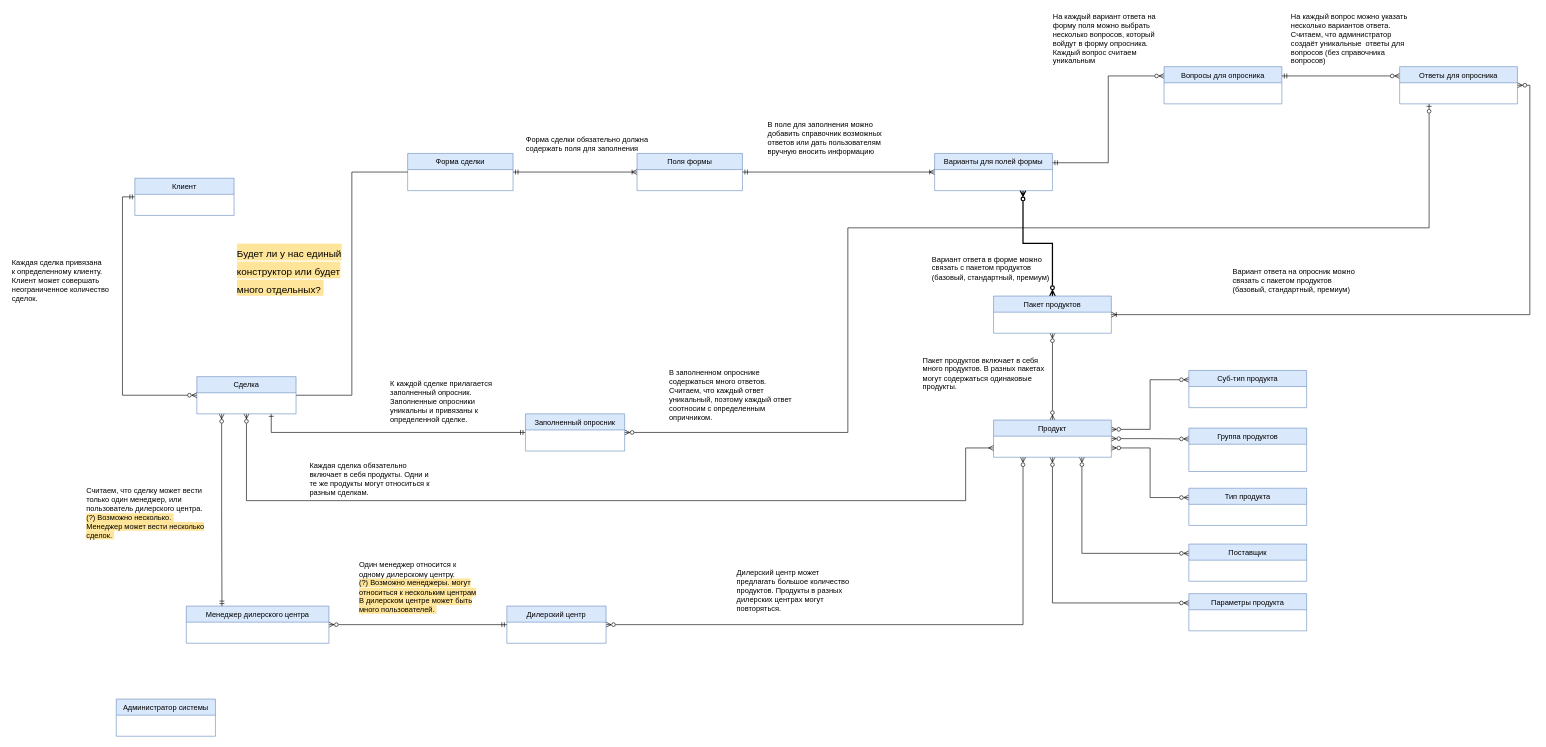
Earlier version of the draw.io diagram Обновленная диаграмма 24 января.drawio (Kkorolyok/Diagrams). Source tidied: cells renumbered, new cells numbered last; positions are measured from the earlier drawing's top-left corner, leaving out a move shared by most shapes. Both pictures are drawn from the tidied source at 62%, with x=0, y=0 at pixel (11, 11).
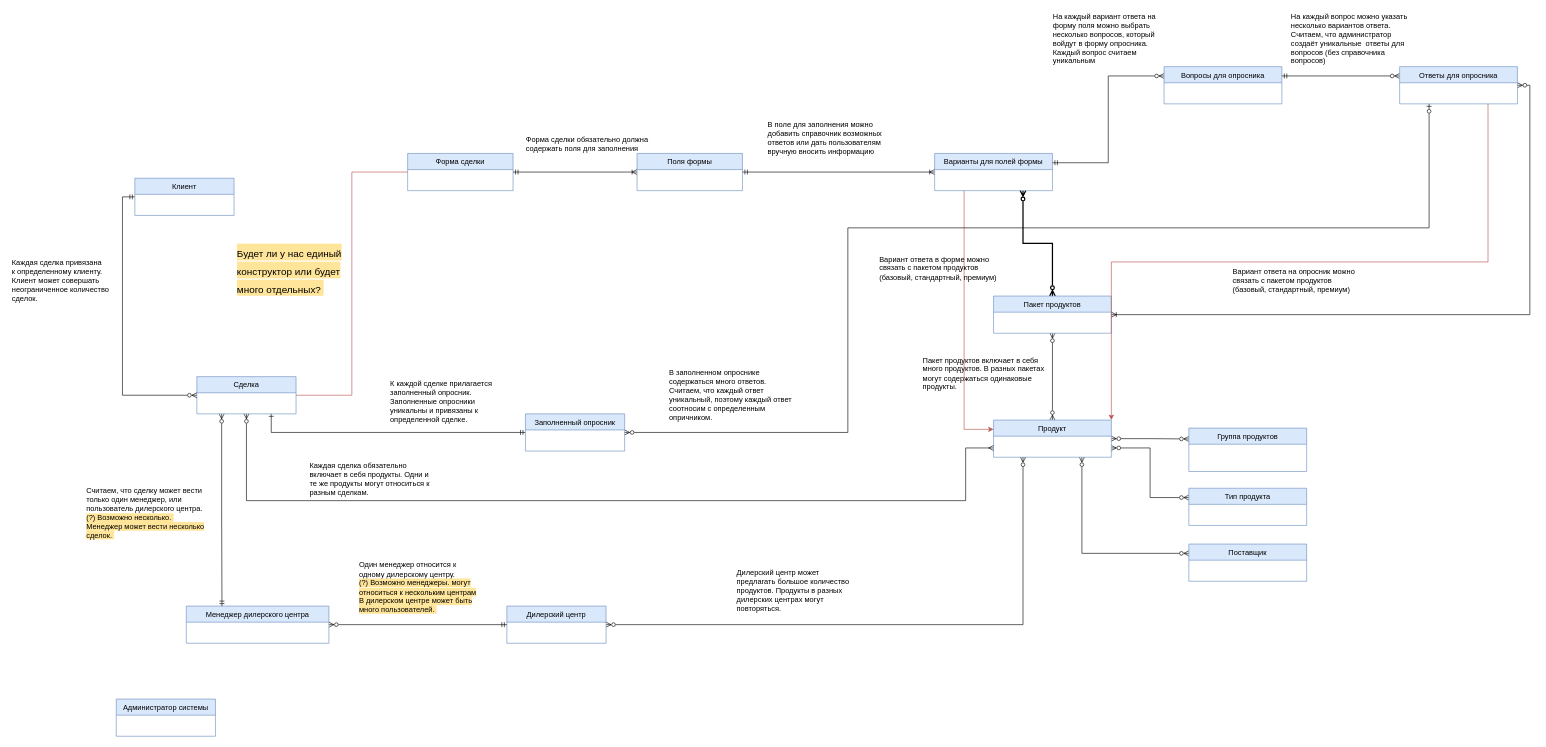
Above is the later version.

The change refers to these unchanged cells:
```xml
<mxCell id="13" value="Форма сделки" style="swimlane;fontStyle=0;align=center;verticalAlign=top;horizontal=1;startSize=26;rounded=0;shadow=0;strokeWidth=1;fillColor=#dae8fc;strokeColor=#6c8ebf;" parent="1" vertex="1">
  <mxGeometry x="640" y="230" width="170" height="60" as="geometry" />
</mxCell>
<mxCell id="18" value="Варианты для полей формы" style="swimlane;fontStyle=0;align=center;verticalAlign=top;horizontal=1;startSize=26;rounded=0;shadow=0;strokeWidth=1;fillColor=#dae8fc;strokeColor=#6c8ebf;" parent="1" vertex="1">
  <mxGeometry x="1490" y="230" width="190" height="60" as="geometry" />
</mxCell>
<mxCell id="26" value="Продукт" style="swimlane;fontStyle=0;align=center;verticalAlign=top;horizontal=1;startSize=26;rounded=0;shadow=0;strokeWidth=1;fillColor=#dae8fc;strokeColor=#6c8ebf;" parent="1" vertex="1">
  <mxGeometry x="1585" y="660" width="190" height="60" as="geometry" />
</mxCell>
<mxCell id="31" value="Ответы для опросника" style="swimlane;fontStyle=0;align=center;verticalAlign=top;horizontal=1;startSize=26;rounded=0;shadow=0;strokeWidth=1;fillColor=#dae8fc;strokeColor=#6c8ebf;" parent="1" vertex="1">
  <mxGeometry x="2240" y="90" width="190" height="60" as="geometry" />
</mxCell>
<mxCell id="45" value="Сделка" style="swimlane;fontStyle=0;align=center;verticalAlign=top;horizontal=1;startSize=26;rounded=0;shadow=0;strokeWidth=1;fillColor=#dae8fc;strokeColor=#6c8ebf;" parent="1" vertex="1">
  <mxGeometry x="300" y="590" width="160" height="60" as="geometry" />
</mxCell>
```

Change to the diagram source:
```diff
@@
+    <mxCell id="55" style="edgeStyle=orthogonalEdgeStyle;rounded=0;jettySize=auto;html=1;exitX=0.25;exitY=1;exitDx=0;exitDy=0;entryX=0;entryY=0.25;entryDx=0;entryDy=0;fillColor=#f8cecc;strokeColor=#b85450;" parent="1" edge="1" source="18" target="26">
+      <mxGeometry relative="1" as="geometry" />
+    </mxCell>
@@
-    <mxCell id="21" style="edgeStyle=orthogonalEdgeStyle;rounded=0;jettySize=auto;html=1;exitX=1;exitY=0.25;exitDx=0;exitDy=0;entryX=0;entryY=0.25;entryDx=0;entryDy=0;fontSize=16;startArrow=ERzeroToMany;startFill=0;endArrow=ERzeroToMany;endFill=0;" parent="1" edge="1" source="26" target="32">
-      <mxGeometry relative="1" as="geometry" />
-    </mxCell>
@@
-    <mxCell id="25" style="edgeStyle=orthogonalEdgeStyle;rounded=0;jettySize=auto;html=1;exitX=0.5;exitY=1;exitDx=0;exitDy=0;entryX=0;entryY=0.25;entryDx=0;entryDy=0;fontSize=16;startArrow=ERzeroToMany;startFill=0;endArrow=ERzeroToMany;endFill=0;" parent="1" edge="1" source="26" target="36">
-      <mxGeometry relative="1" as="geometry" />
-    </mxCell>
@@
+    <mxCell id="56" style="edgeStyle=orthogonalEdgeStyle;rounded=0;jettySize=auto;html=1;exitX=0.75;exitY=1;exitDx=0;exitDy=0;entryX=1;entryY=0;entryDx=0;entryDy=0;fillColor=#f8cecc;strokeColor=#b85450;" parent="1" edge="1" source="31" target="26">
+      <mxGeometry relative="1" as="geometry" />
+    </mxCell>
@@
-    <mxCell id="32" value="Суб-тип продукта" style="swimlane;fontStyle=0;align=center;verticalAlign=top;horizontal=1;startSize=26;rounded=0;shadow=0;strokeWidth=1;fillColor=#dae8fc;strokeColor=#6c8ebf;" parent="1" vertex="1">
-      <mxGeometry x="1900" y="580" width="190" height="60" as="geometry" />
-    </mxCell>
@@
-    <mxCell id="36" value="Параметры продукта" style="swimlane;fontStyle=0;align=center;verticalAlign=top;horizontal=1;startSize=26;rounded=0;shadow=0;strokeWidth=1;fillColor=#dae8fc;strokeColor=#6c8ebf;" parent="1" vertex="1">
-      <mxGeometry x="1900" y="940" width="190" height="60" as="geometry" />
-    </mxCell>
@@
-    <mxCell id="41" style="edgeStyle=orthogonalEdgeStyle;rounded=0;jettySize=auto;html=1;exitX=1;exitY=0.5;exitDx=0;exitDy=0;entryX=0;entryY=0.5;entryDx=0;entryDy=0;fontSize=16;endArrow=none;endFill=0;" parent="1" edge="1" source="45" target="13">
+    <mxCell id="41" style="edgeStyle=orthogonalEdgeStyle;rounded=0;jettySize=auto;html=1;exitX=1;exitY=0.5;exitDx=0;exitDy=0;entryX=0;entryY=0.5;entryDx=0;entryDy=0;fontSize=16;endArrow=none;endFill=0;fillColor=#f8cecc;strokeColor=#b85450;" parent="1" edge="1" source="45" target="13">
       <mxGeometry relative="1" as="geometry" />
     </mxCell>
@@
     <mxCell id="54" value="&lt;div style=&quot;text-align: left;&quot;&gt;Вариант ответа в форме можно связать с пакетом продуктов (базовый, стандартный, премиум)&lt;/div&gt;" style="text;html=1;strokeColor=none;fillColor=none;align=center;verticalAlign=middle;whiteSpace=wrap;rounded=0;" parent="1" vertex="1">
-      <mxGeometry x="1485" y="370" width="200" height="90" as="geometry" />
+      <mxGeometry x="1400" y="370" width="200" height="90" as="geometry" />
     </mxCell>
```
